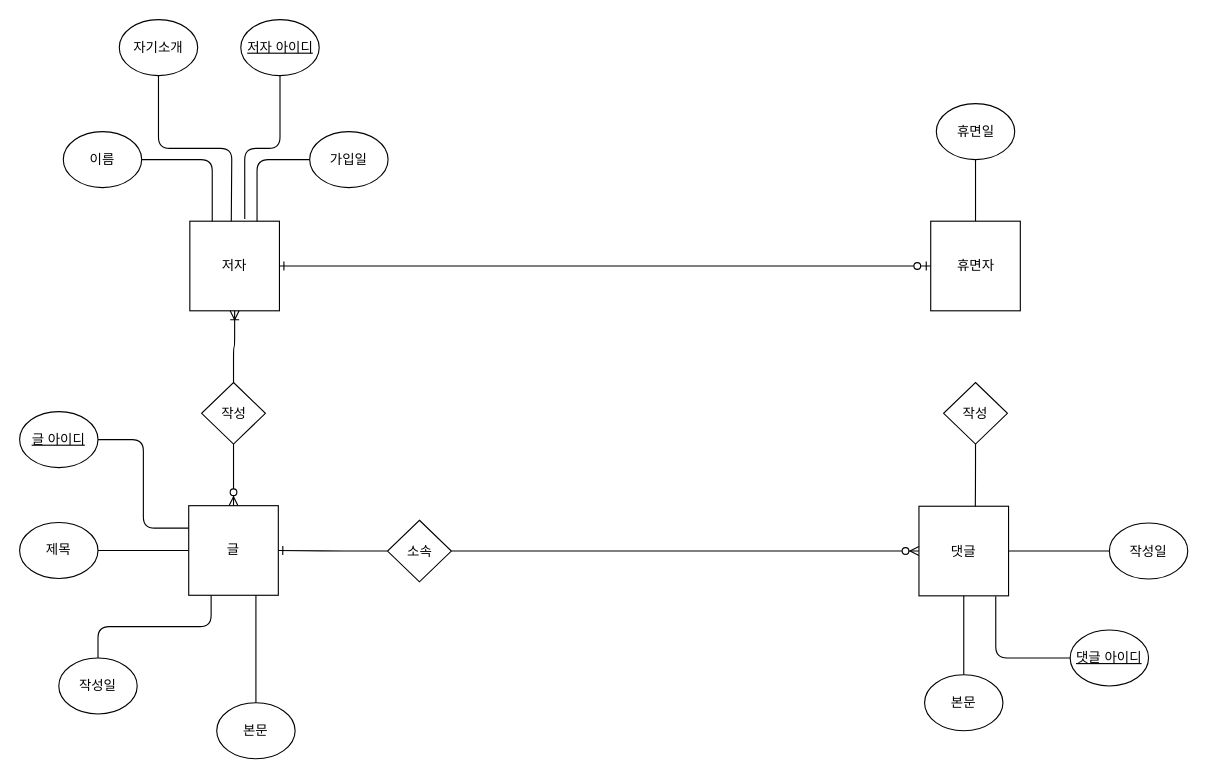
Before: page "Page-1" (1 of 2) of 관계형 데이터 모델링 ERD 실습.drawio in codingeverybody/erd, a draw.io diagram. Source tidied: cells renumbered, new cells numbered last; positions are measured from the earlier drawing's top-left corner, leaving out a move shared by most shapes. Both pictures are drawn from the tidied source at 112%, with x=0, y=0 at pixel (19, 19).
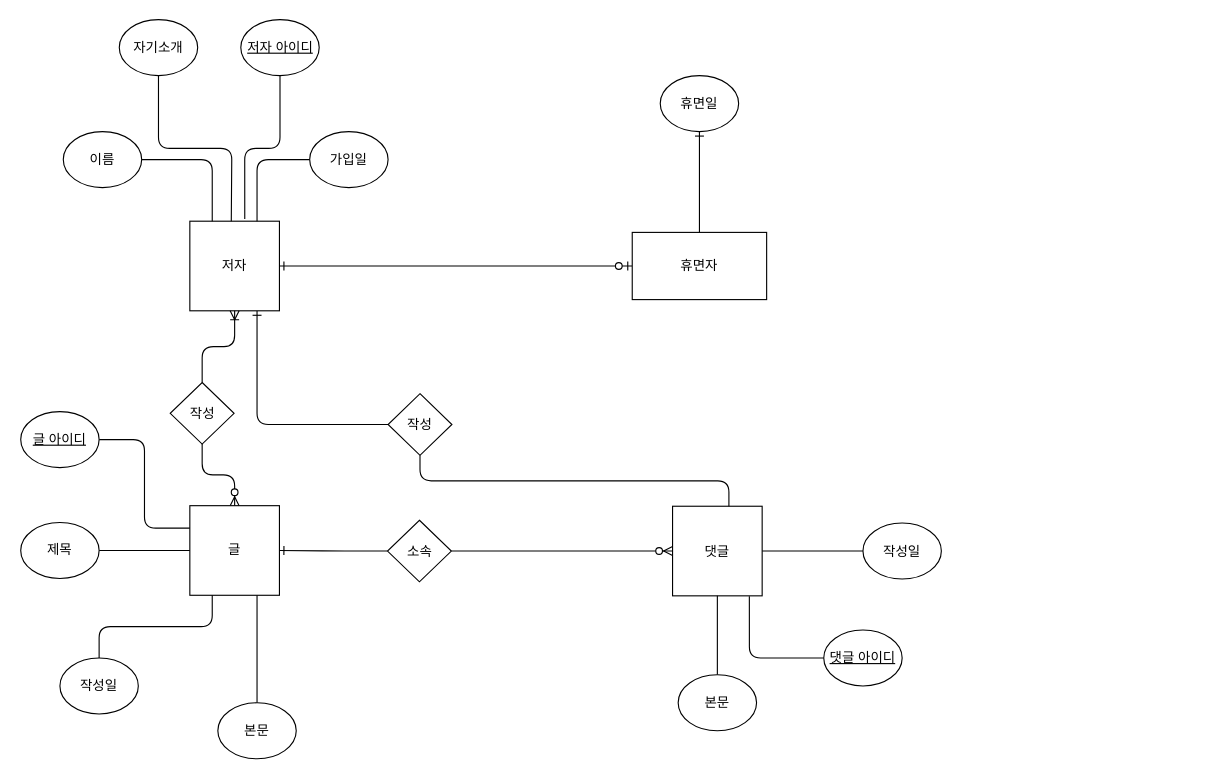
Above is the later version.

Commit message:
Update 관계형 데이터 모델링 ERD 실습.drawio

The change refers to these unchanged cells:
```xml
<mxCell id="5" value="저자" style="whiteSpace=wrap;html=1;" parent="1" vertex="1">
  <mxGeometry x="152" y="180" width="80" height="80" as="geometry" />
</mxCell>
```

Diff of the diagram source:
```diff
@@
     <mxCell id="3" value="글" style="whiteSpace=wrap;html=1;" parent="1" vertex="1">
-      <mxGeometry x="151" y="434" width="80" height="80" as="geometry" />
+      <mxGeometry x="152" y="434" width="80" height="80" as="geometry" />
     </mxCell>
-    <mxCell id="4" style="edgeStyle=orthogonalEdgeStyle;rounded=1;jettySize=auto;html=1;exitX=1;exitY=0.5;exitDx=0;exitDy=0;entryX=0;entryY=0.5;entryDx=0;entryDy=0;startArrow=ERone;startFill=0;endArrow=ERzeroToOne;endFill=1;" parent="1" edge="1" source="5" target="37">
+    <mxCell id="4" style="edgeStyle=orthogonalEdgeStyle;rounded=1;jettySize=auto;html=1;startArrow=ERone;startFill=0;endArrow=none;endFill=0;exitX=0.75;exitY=1;exitDx=0;exitDy=0;entryX=0;entryY=0.5;entryDx=0;entryDy=0;" parent="1" edge="1" source="5" target="32">
       <mxGeometry relative="1" as="geometry" />
     </mxCell>
@@
     <mxCell id="6" value="댓글" style="whiteSpace=wrap;html=1;" parent="1" vertex="1">
-      <mxGeometry x="803" y="434.5" width="80" height="80" as="geometry" />
+      <mxGeometry x="583" y="434.5" width="80" height="80" as="geometry" />
     </mxCell>
@@
     <mxCell id="8" value="제목" style="ellipse;whiteSpace=wrap;html=1;" parent="1" vertex="1">
-      <mxGeometry y="449" width="70" height="50" as="geometry" />
+      <mxGeometry x="1" y="449" width="70" height="50" as="geometry" />
     </mxCell>
@@
     <mxCell id="10" value="본문" style="ellipse;whiteSpace=wrap;html=1;" parent="1" vertex="1">
-      <mxGeometry x="176" y="610" width="70" height="50" as="geometry" />
+      <mxGeometry x="177" y="610" width="70" height="50" as="geometry" />
     </mxCell>
@@
     <mxCell id="12" value="작성일" style="ellipse;whiteSpace=wrap;html=1;" parent="1" vertex="1">
-      <mxGeometry x="35" y="570" width="70" height="50" as="geometry" />
+      <mxGeometry x="36" y="570" width="70" height="50" as="geometry" />
     </mxCell>
@@
     <mxCell id="20" value="작성일" style="ellipse;whiteSpace=wrap;html=1;" parent="1" vertex="1">
-      <mxGeometry x="973" y="449.5" width="70" height="50" as="geometry" />
+      <mxGeometry x="753" y="449.5" width="70" height="50" as="geometry" />
     </mxCell>
@@
     <mxCell id="22" value="본문" style="ellipse;whiteSpace=wrap;html=1;" parent="1" vertex="1">
-      <mxGeometry x="808" y="585" width="70" height="50" as="geometry" />
+      <mxGeometry x="588" y="585" width="70" height="50" as="geometry" />
     </mxCell>
@@
     <mxCell id="24" value="글 아이디" style="ellipse;whiteSpace=wrap;html=1;fontStyle=4;" parent="1" vertex="1">
-      <mxGeometry y="350" width="70" height="50" as="geometry" />
+      <mxGeometry x="1" y="350" width="70" height="50" as="geometry" />
     </mxCell>
@@
     <mxCell id="26" value="댓글 아이디" style="ellipse;whiteSpace=wrap;html=1;fontStyle=4;" parent="1" vertex="1">
-      <mxGeometry x="938" y="545" width="70" height="50" as="geometry" />
+      <mxGeometry x="718" y="545" width="70" height="50" as="geometry" />
     </mxCell>
@@
     <mxCell id="30" value="작성" style="rhombus;whiteSpace=wrap;html=1;" parent="1" vertex="1">
-      <mxGeometry x="162.5" y="324" width="57" height="55" as="geometry" />
+      <mxGeometry x="134.5" y="324" width="57" height="55" as="geometry" />
     </mxCell>
@@
     <mxCell id="32" value="작성" style="rhombus;whiteSpace=wrap;html=1;" parent="1" vertex="1">
-      <mxGeometry x="825" y="324" width="57" height="55" as="geometry" />
+      <mxGeometry x="329" y="334" width="57" height="55" as="geometry" />
     </mxCell>
@@
-    <mxCell id="36" style="edgeStyle=orthogonalEdgeStyle;rounded=1;jettySize=auto;html=1;exitX=0.5;exitY=0;exitDx=0;exitDy=0;entryX=0.5;entryY=1;entryDx=0;entryDy=0;startArrow=none;startFill=0;endArrow=none;endFill=0;" parent="1" edge="1" source="37" target="38">
-      <mxGeometry relative="1" as="geometry" />
-    </mxCell>
+    <mxCell id="39" style="edgeStyle=orthogonalEdgeStyle;rounded=0;jettySize=auto;html=1;exitX=0;exitY=0.5;exitDx=0;exitDy=0;entryX=1;entryY=0.5;entryDx=0;entryDy=0;startArrow=ERzeroToOne;startFill=1;endArrow=ERone;endFill=0;" parent="1" edge="1" source="37" target="5">
+      <mxGeometry relative="1" as="geometry" />
+    </mxCell>
-    <mxCell id="37" value="휴면자" style="whiteSpace=wrap;html=1;" parent="1" vertex="1">
-      <mxGeometry x="813.5" y="180" width="80" height="80" as="geometry" />
+    <mxCell id="37" value="휴면자" style="rounded=0;whiteSpace=wrap;html=1;" parent="1" vertex="1">
+      <mxGeometry x="547" y="190" width="120" height="60" as="geometry" />
     </mxCell>
+    <mxCell id="40" style="edgeStyle=orthogonalEdgeStyle;rounded=0;jettySize=auto;html=1;exitX=0.5;exitY=1;exitDx=0;exitDy=0;entryX=0.5;entryY=0;entryDx=0;entryDy=0;startArrow=ERone;startFill=0;endArrow=none;endFill=0;" parent="1" edge="1" source="38" target="37">
+      <mxGeometry relative="1" as="geometry" />
+    </mxCell>
     <mxCell id="38" value="휴면일" style="ellipse;whiteSpace=wrap;html=1;" parent="1" vertex="1">
-      <mxGeometry x="818.5" y="75" width="70" height="50" as="geometry" />
+      <mxGeometry x="572" y="50" width="70" height="50" as="geometry" />
     </mxCell>
```
